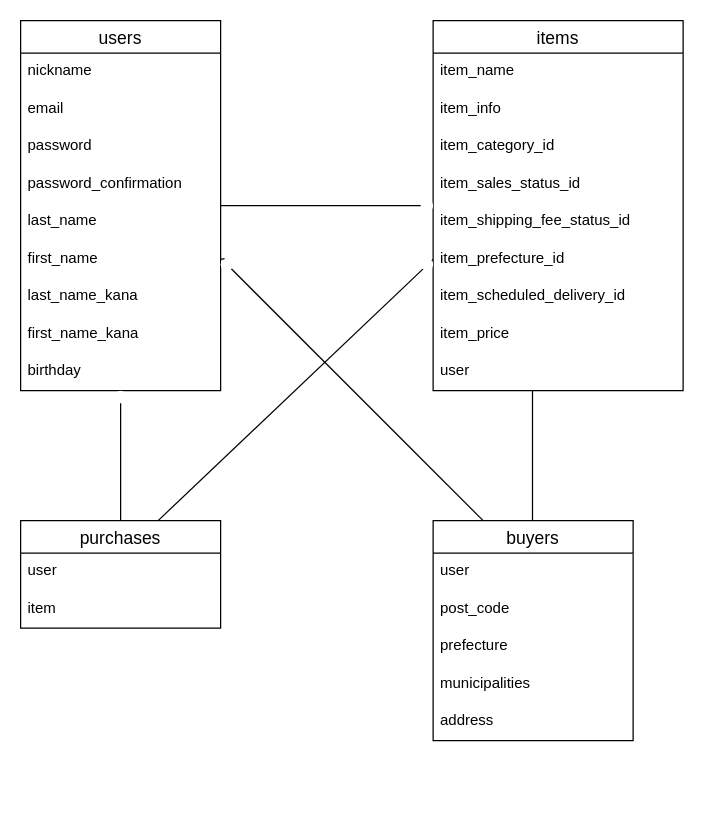
Above: er.dio in noharahitomi/furima-33813 (draw.io), before the change. Source tidied: cells renumbered, new cells numbered last; positions are measured from the earlier drawing's top-left corner, leaving out a move shared by most shapes. Both pictures are drawn from the tidied source at 125%, with x=0, y=0 at pixel (20, 20).
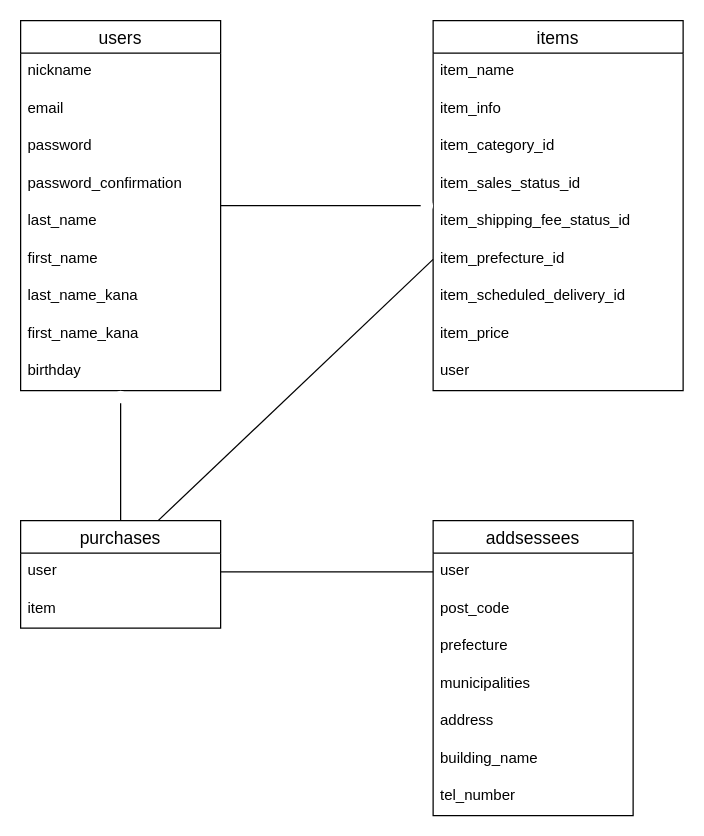
After the change.

Unchanged cells that the change refers to:
```xml
<mxCell id="8" value="first_name" style="text;strokeColor=none;fillColor=none;spacingLeft=4;spacingRight=4;overflow=hidden;points=[[0,0.5],[1,0.5]];portConstraint=eastwest;fontSize=12;" parent="2" vertex="1">
  <mxGeometry y="176" width="160" height="30" as="geometry" />
</mxCell>
<mxCell id="23" value="user" style="text;strokeColor=none;fillColor=none;spacingLeft=4;spacingRight=4;overflow=hidden;points=[[0,0.5],[1,0.5]];portConstraint=eastwest;fontSize=12;" parent="22" vertex="1">
  <mxGeometry y="26" width="160" height="30" as="geometry" />
</mxCell>
<mxCell id="26" value="user" style="text;strokeColor=none;fillColor=none;spacingLeft=4;spacingRight=4;overflow=hidden;points=[[0,0.5],[1,0.5]];portConstraint=eastwest;fontSize=12;" parent="25" vertex="1">
  <mxGeometry y="26" width="160" height="30" as="geometry" />
</mxCell>
```

The edit, as a diff of the source:
```diff
@@
-    <mxCell id="25" value="buyers" style="swimlane;fontStyle=0;horizontal=1;startSize=26;align=center;fontSize=14;" parent="1" vertex="1">
-      <mxGeometry x="330" y="400" width="160" height="176" as="geometry" />
+    <mxCell id="25" value="addsessees" style="swimlane;fontStyle=0;horizontal=1;startSize=26;align=center;fontSize=14;" parent="1" vertex="1">
+      <mxGeometry x="330" y="400" width="160" height="236" as="geometry" />
     </mxCell>
@@
+    <mxCell id="42" value="address " style="text;strokeColor=none;fillColor=none;spacingLeft=4;spacingRight=4;overflow=hidden;fontSize=12;" parent="25" vertex="1">
+      <mxGeometry y="146" width="160" height="30" as="geometry" />
+    </mxCell>
+    <mxCell id="43" value="building_name" style="text;strokeColor=none;fillColor=none;spacingLeft=4;spacingRight=4;overflow=hidden;fontSize=12;" parent="25" vertex="1">
+      <mxGeometry y="176" width="160" height="30" as="geometry" />
+    </mxCell>
-    <mxCell id="30" value="address " style="text;strokeColor=none;fillColor=none;spacingLeft=4;spacingRight=4;overflow=hidden;fontSize=12;" parent="25" vertex="1">
-      <mxGeometry y="146" width="160" height="30" as="geometry" />
+    <mxCell id="30" value="tel_number" style="text;strokeColor=none;fillColor=none;spacingLeft=4;spacingRight=4;overflow=hidden;fontSize=12;" parent="25" vertex="1">
+      <mxGeometry y="206" width="160" height="30" as="geometry" />
     </mxCell>
@@
-    <mxCell id="34" style="endArrow=none;html=1;exitX=0.5;exitY=0;exitDx=0;exitDy=0;" parent="1" edge="1">
-      <mxGeometry relative="1" as="geometry">
-        <mxPoint x="409.5" y="400" as="sourcePoint" />
-        <mxPoint x="409.5" y="296" as="targetPoint" />
-      </mxGeometry>
-    </mxCell>
@@
-    <mxCell id="38" style="ellipse;shape=doubleEllipse;whiteSpace=wrap;html=1;fillColor=#FFFFFF;strokeColor=none;" parent="1" vertex="1">
-      <mxGeometry x="320" y="190" width="10" height="10" as="geometry" />
-    </mxCell>
-    <mxCell id="39" style="endArrow=none;html=1;exitX=1;exitY=1;exitDx=0;exitDy=0;entryX=0.25;entryY=0;entryDx=0;entryDy=0;" parent="1" edge="1" source="40" target="25">
-      <mxGeometry relative="1" as="geometry" />
-    </mxCell>
-    <mxCell id="40" style="ellipse;shape=doubleEllipse;whiteSpace=wrap;html=1;fillColor=#FFFFFF;strokeColor=none;" parent="1" vertex="1">
-      <mxGeometry x="160" y="190" width="10" height="10" as="geometry" />
-    </mxCell>
-    <mxCell id="41" style="endArrow=none;html=1;exitX=1;exitY=0.5;exitDx=0;exitDy=0;entryX=0.25;entryY=0;entryDx=0;entryDy=0;" parent="1" edge="1" source="8" target="40">
-      <mxGeometry relative="1" as="geometry" />
-    </mxCell>
+    <mxCell id="44" style="endArrow=none;html=1;exitX=1;exitY=0.5;exitDx=0;exitDy=0;entryX=0;entryY=0.5;entryDx=0;entryDy=0;" parent="1" edge="1" source="23" target="26">
+      <mxGeometry relative="1" as="geometry" />
+    </mxCell>
```
